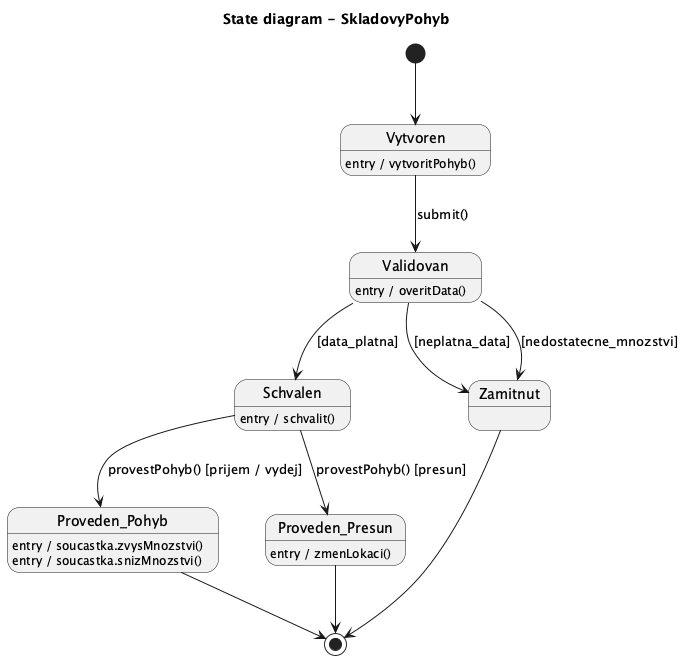
Above: docs/images/09_state_pohyb_skladu.png in lkvapil/wms-elektronicke-soucastky (PlantUML), before the change.
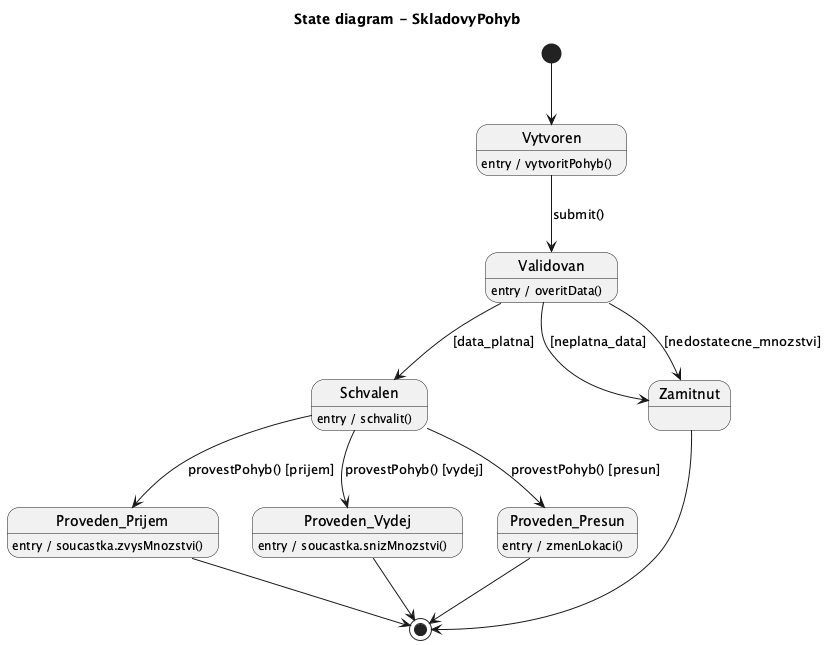
After the change.

Commit message:
refactor: rozdeleni Proveden_Pohyb na Proveden_Prijem/Vydej/Presun, oprava LaTeX popisu

Diff of the diagram source:
```diff
@@ -12,14 +12,16 @@
 Validovan --> Zamitnut : [nedostatecne_mnozstvi]
 
 Schvalen : entry / schvalit()
-Schvalen --> Proveden_Pohyb : provestPohyb() [prijem / vydej]
+Schvalen --> Proveden_Prijem : provestPohyb() [prijem]
+Schvalen --> Proveden_Vydej : provestPohyb() [vydej]
 Schvalen --> Proveden_Presun : provestPohyb() [presun]
 
-Proveden_Pohyb : entry / soucastka.zvysMnozstvi()
-Proveden_Pohyb : entry / soucastka.snizMnozstvi()
+Proveden_Prijem : entry / soucastka.zvysMnozstvi()
+Proveden_Vydej : entry / soucastka.snizMnozstvi()
 Proveden_Presun : entry / zmenLokaci()
 
-Proveden_Pohyb --> [*]
+Proveden_Prijem --> [*]
+Proveden_Vydej --> [*]
 Proveden_Presun --> [*]
 Zamitnut --> [*]
 
```
